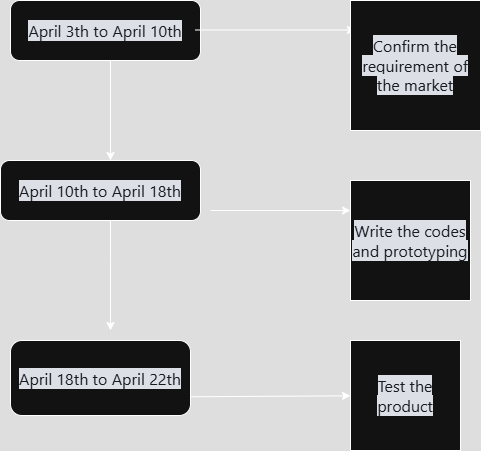
Above: Documentation/schedule.drawio.png in Hannnine/Software-GroupProject-3DFPSGame (draw.io), before the change. Source tidied: cells renumbered, new cells last; positions are measured from the earlier drawing's top-left corner, leaving out a move shared by most shapes.
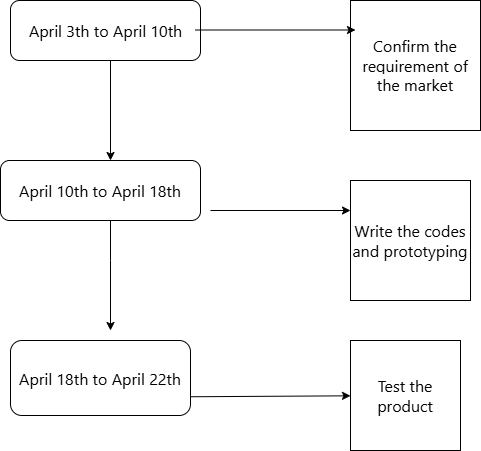
The same diagram one commit later.

The edit, as a diff of the source:
```diff
@@ -1,8 +1,8 @@
-<mxGraphModel>
+<mxGraphModel background="#ffffff">
   <root>
     <mxCell id="0" />
     <mxCell id="1" parent="0" />
-    <mxCell id="2" value="&lt;span style=&quot;color: rgb(240, 246, 252); font-family: -apple-system, BlinkMacSystemFont, &amp;quot;Segoe UI&amp;quot;, &amp;quot;Noto Sans&amp;quot;, Helvetica, Arial, sans-serif, &amp;quot;Apple Color Emoji&amp;quot;, &amp;quot;Segoe UI Emoji&amp;quot;; font-size: 16px; text-align: left; background-color: rgb(13, 17, 23);&quot;&gt;April 3th to April 10th&lt;/span&gt;" style="rounded=1;whiteSpace=wrap;html=1;" parent="1" vertex="1">
+    <mxCell id="2" value="&lt;span style=&quot;font-family: -apple-system, BlinkMacSystemFont, &amp;quot;Segoe UI&amp;quot;, &amp;quot;Noto Sans&amp;quot;, Helvetica, Arial, sans-serif, &amp;quot;Apple Color Emoji&amp;quot;, &amp;quot;Segoe UI Emoji&amp;quot;; font-size: 16px; text-align: left; background-color: rgb(255, 255, 255);&quot;&gt;&lt;font style=&quot;color: rgb(0, 0, 0);&quot;&gt;April 3th to April 10th&lt;/font&gt;&lt;/span&gt;" style="rounded=1;html=1;textShadow=0;labelBorderColor=none;" parent="1" vertex="1">
       <mxGeometry x="10" width="190" height="60" as="geometry" />
     </mxCell>
     <mxCell id="3" style="ellipse;whiteSpace=wrap;html=1;align=center;fillColor=none;strokeColor=none;perimeter=centerPerimeter;" parent="1" vertex="1">
@@ -17,7 +17,7 @@
         <mxPoint x="110" y="160" as="targetPoint" />
       </mxGeometry>
     </mxCell>
-    <mxCell id="6" value="&lt;span style=&quot;color: rgb(240, 246, 252); font-family: -apple-system, BlinkMacSystemFont, &amp;quot;Segoe UI&amp;quot;, &amp;quot;Noto Sans&amp;quot;, Helvetica, Arial, sans-serif, &amp;quot;Apple Color Emoji&amp;quot;, &amp;quot;Segoe UI Emoji&amp;quot;; font-size: 16px; text-align: left; background-color: rgb(13, 17, 23);&quot;&gt;April 10th to April 18th&lt;/span&gt;" style="rounded=1;whiteSpace=wrap;html=1;" parent="1" vertex="1">
+    <mxCell id="6" value="&lt;span style=&quot;font-family: -apple-system, BlinkMacSystemFont, &amp;quot;Segoe UI&amp;quot;, &amp;quot;Noto Sans&amp;quot;, Helvetica, Arial, sans-serif, &amp;quot;Apple Color Emoji&amp;quot;, &amp;quot;Segoe UI Emoji&amp;quot;; font-size: 16px; text-align: left; background-color: rgb(255, 255, 255);&quot;&gt;&lt;font style=&quot;color: rgb(0, 0, 0);&quot;&gt;April 10th to April 18th&lt;/font&gt;&lt;/span&gt;" style="rounded=1;whiteSpace=wrap;html=1;" parent="1" vertex="1">
       <mxGeometry y="160" width="200" height="60" as="geometry" />
     </mxCell>
     <mxCell id="7" style="endArrow=classic;html=1;rounded=0;" parent="1" edge="1">
@@ -29,7 +29,7 @@
         </Array>
       </mxGeometry>
     </mxCell>
-    <mxCell id="8" value="&lt;span style=&quot;color: rgb(240, 246, 252); font-family: -apple-system, BlinkMacSystemFont, &amp;quot;Segoe UI&amp;quot;, &amp;quot;Noto Sans&amp;quot;, Helvetica, Arial, sans-serif, &amp;quot;Apple Color Emoji&amp;quot;, &amp;quot;Segoe UI Emoji&amp;quot;; font-size: 16px; text-align: left; background-color: rgb(13, 17, 23);&quot;&gt;April 18th to April 22th&lt;/span&gt;" style="rounded=1;whiteSpace=wrap;html=1;" parent="1" vertex="1">
+    <mxCell id="8" value="&lt;span style=&quot;font-family: -apple-system, BlinkMacSystemFont, &amp;quot;Segoe UI&amp;quot;, &amp;quot;Noto Sans&amp;quot;, Helvetica, Arial, sans-serif, &amp;quot;Apple Color Emoji&amp;quot;, &amp;quot;Segoe UI Emoji&amp;quot;; font-size: 16px; text-align: left; background-color: rgb(255, 255, 255);&quot;&gt;&lt;font style=&quot;color: rgb(0, 0, 0);&quot;&gt;April 18th to April 22th&lt;/font&gt;&lt;/span&gt;" style="rounded=1;whiteSpace=wrap;html=1;" parent="1" vertex="1">
       <mxGeometry x="10" y="340" width="180" height="75" as="geometry" />
     </mxCell>
     <mxCell id="9" style="endArrow=classic;html=1;rounded=0;" parent="1" edge="1">
@@ -38,7 +38,7 @@
         <mxPoint x="355" y="29.5" as="targetPoint" />
       </mxGeometry>
     </mxCell>
-    <mxCell id="10" value="&lt;span style=&quot;color: rgb(240, 246, 252); font-family: -apple-system, BlinkMacSystemFont, &amp;quot;Segoe UI&amp;quot;, &amp;quot;Noto Sans&amp;quot;, Helvetica, Arial, sans-serif, &amp;quot;Apple Color Emoji&amp;quot;, &amp;quot;Segoe UI Emoji&amp;quot;; font-size: 16px; text-align: left; background-color: rgb(13, 17, 23);&quot;&gt;Confirm the requirement of the market&lt;/span&gt;" style="whiteSpace=wrap;html=1;" parent="1" vertex="1">
+    <mxCell id="10" value="&lt;span style=&quot;font-family: -apple-system, BlinkMacSystemFont, &amp;quot;Segoe UI&amp;quot;, &amp;quot;Noto Sans&amp;quot;, Helvetica, Arial, sans-serif, &amp;quot;Apple Color Emoji&amp;quot;, &amp;quot;Segoe UI Emoji&amp;quot;; font-size: 16px; text-align: left; background-color: rgb(255, 255, 255);&quot;&gt;&lt;font style=&quot;color: rgb(0, 0, 0);&quot;&gt;Confirm the requirement of the market&lt;/font&gt;&lt;/span&gt;" style="whiteSpace=wrap;html=1;fillColor=none;rounded=0;glass=0;shadow=0;" parent="1" vertex="1">
       <mxGeometry x="350" width="130" height="130" as="geometry" />
     </mxCell>
     <mxCell id="11" style="endArrow=classic;html=1;rounded=0;" parent="1" edge="1">
@@ -50,10 +50,10 @@
     <mxCell id="12" style="endArrow=classic;html=1;rounded=0;exitX=1;exitY=0.75;exitDx=0;exitDy=0;" parent="1" edge="1" source="8" target="13">
       <mxGeometry relative="1" as="geometry" />
     </mxCell>
-    <mxCell id="13" value="&lt;span style=&quot;color: rgb(240, 246, 252); font-family: -apple-system, BlinkMacSystemFont, &amp;quot;Segoe UI&amp;quot;, &amp;quot;Noto Sans&amp;quot;, Helvetica, Arial, sans-serif, &amp;quot;Apple Color Emoji&amp;quot;, &amp;quot;Segoe UI Emoji&amp;quot;; font-size: 16px; text-align: left; background-color: rgb(13, 17, 23);&quot;&gt;Test the product&lt;/span&gt;" style="whiteSpace=wrap;html=1;" parent="1" vertex="1">
+    <mxCell id="13" value="&lt;span style=&quot;font-family: -apple-system, BlinkMacSystemFont, &amp;quot;Segoe UI&amp;quot;, &amp;quot;Noto Sans&amp;quot;, Helvetica, Arial, sans-serif, &amp;quot;Apple Color Emoji&amp;quot;, &amp;quot;Segoe UI Emoji&amp;quot;; font-size: 16px; text-align: left; background-color: rgb(255, 255, 255);&quot;&gt;&lt;font style=&quot;color: rgb(0, 0, 0);&quot;&gt;Test the product&lt;/font&gt;&lt;/span&gt;" style="whiteSpace=wrap;html=1;" parent="1" vertex="1">
       <mxGeometry x="350" y="340" width="110" height="110" as="geometry" />
     </mxCell>
-    <mxCell id="14" value="&lt;span style=&quot;color: rgb(240, 246, 252); font-family: -apple-system, BlinkMacSystemFont, &amp;quot;Segoe UI&amp;quot;, &amp;quot;Noto Sans&amp;quot;, Helvetica, Arial, sans-serif, &amp;quot;Apple Color Emoji&amp;quot;, &amp;quot;Segoe UI Emoji&amp;quot;; font-size: 16px; text-align: left; background-color: rgb(13, 17, 23);&quot;&gt;Write the codes and prototyping&lt;/span&gt;" style="whiteSpace=wrap;html=1;" parent="1" vertex="1">
+    <mxCell id="14" value="&lt;span style=&quot;font-family: -apple-system, BlinkMacSystemFont, &amp;quot;Segoe UI&amp;quot;, &amp;quot;Noto Sans&amp;quot;, Helvetica, Arial, sans-serif, &amp;quot;Apple Color Emoji&amp;quot;, &amp;quot;Segoe UI Emoji&amp;quot;; font-size: 16px; text-align: left; background-color: rgb(255, 255, 255);&quot;&gt;&lt;font style=&quot;color: rgb(0, 0, 0);&quot;&gt;Write the codes and prototyping&lt;/font&gt;&lt;/span&gt;" style="whiteSpace=wrap;html=1;" parent="1" vertex="1">
       <mxGeometry x="350" y="180" width="120" height="120" as="geometry" />
     </mxCell>
   </root>
```
